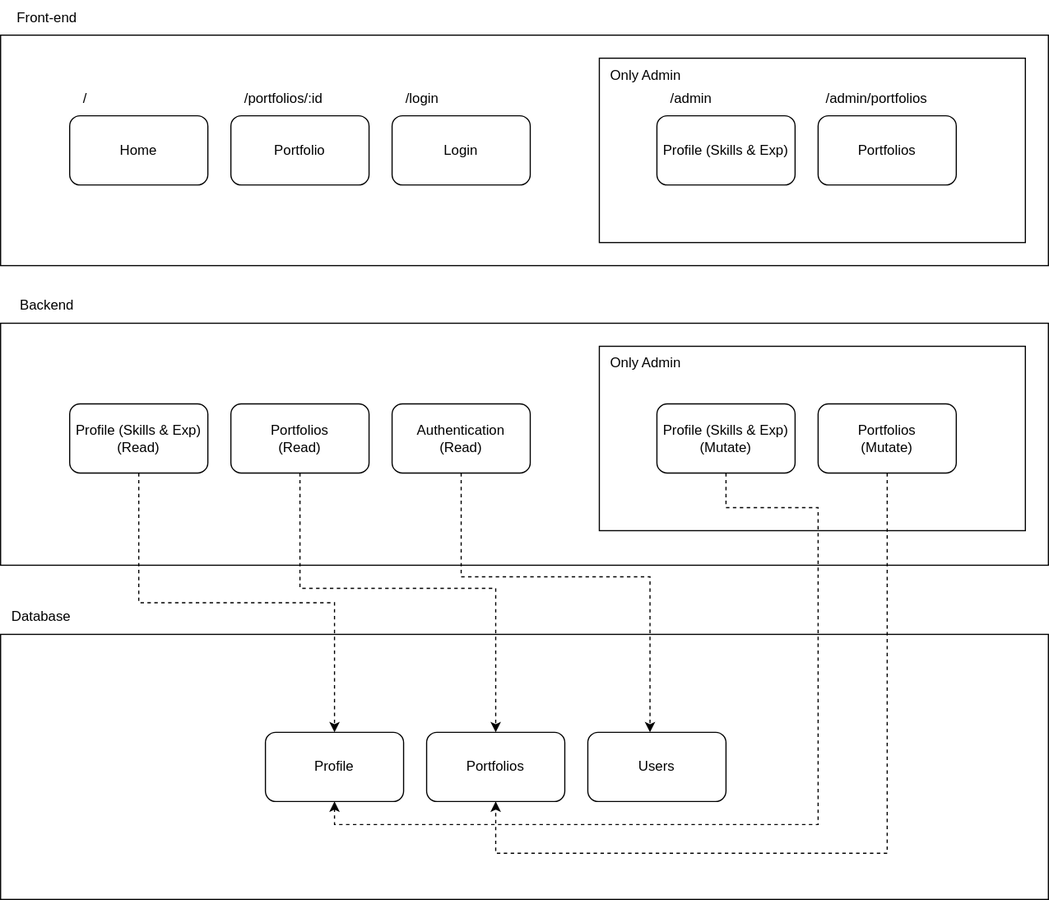
The draw.io diagram docs/logical-diagram.svg in yingyang01/fullstack-course, before a commit. Source tidied: cells renumbered, new cells last; positions are measured from the earlier drawing's top-left corner, leaving out a move shared by most shapes.
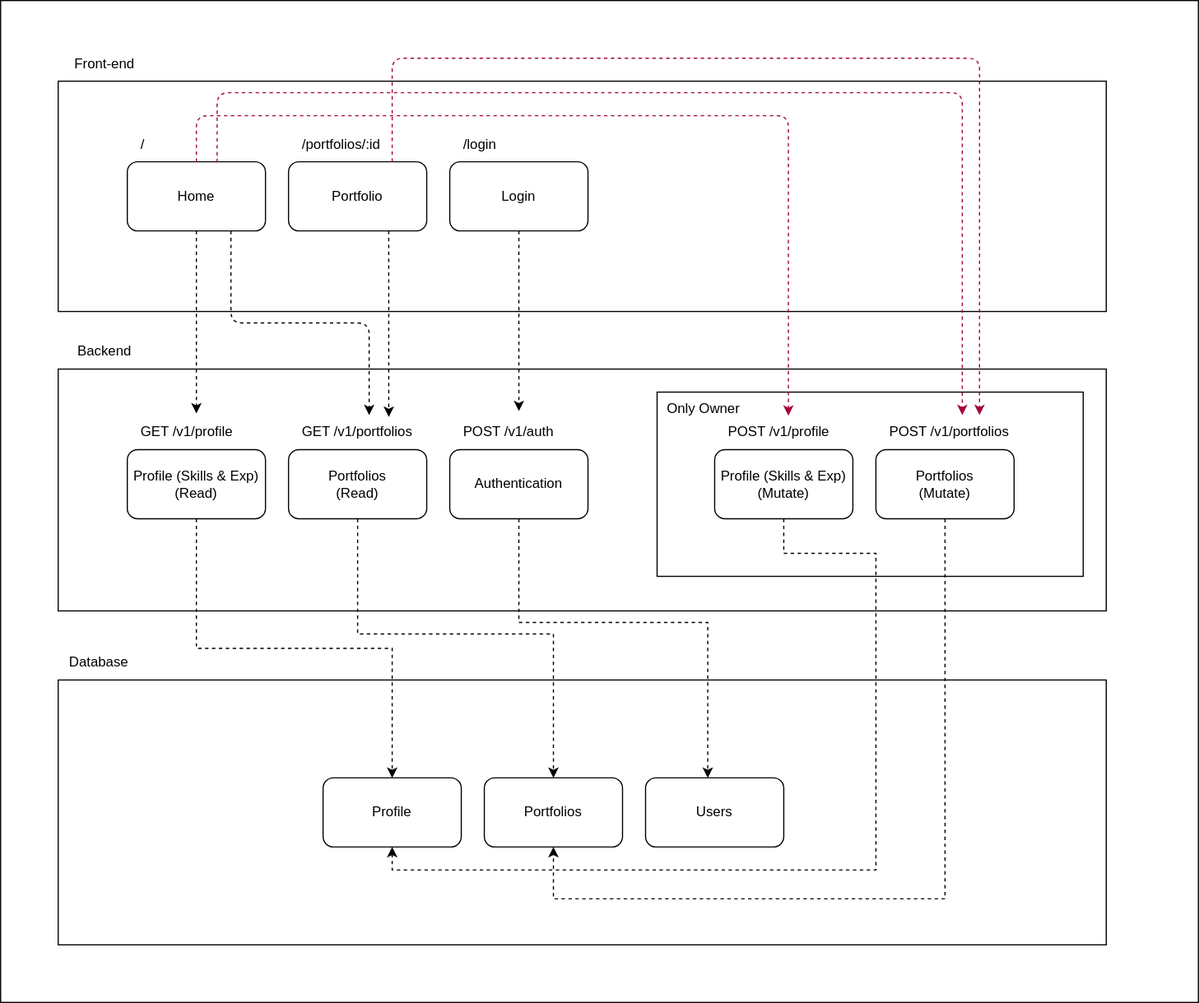
The same diagram one commit later.

Diff of the diagram source:
```diff
@@ -2,6 +2,9 @@
   <root>
     <mxCell id="0" />
     <mxCell id="1" parent="0" />
+    <mxCell id="35" style="rounded=0;whiteSpace=wrap;html=1;" parent="1" vertex="1">
+      <mxGeometry x="-50" y="-40" width="1040" height="870" as="geometry" />
+    </mxCell>
     <mxCell id="2" style="rounded=0;whiteSpace=wrap;html=1;" parent="1" vertex="1">
       <mxGeometry y="550" width="910" height="230" as="geometry" />
     </mxCell>
@@ -14,27 +17,32 @@
     <mxCell id="5" value="Front-end" style="text;html=1;align=center;verticalAlign=middle;strokeColor=none;fillColor=none;" parent="1" vertex="1">
       <mxGeometry width="80" height="30" as="geometry" />
     </mxCell>
+    <mxCell id="36" style="edgeStyle=none;html=1;entryX=0.5;entryY=-0.05;entryDx=0;entryDy=0;entryPerimeter=0;dashed=1;" parent="1" edge="1" source="6" target="40">
+      <mxGeometry relative="1" as="geometry" />
+    </mxCell>
+    <mxCell id="37" style="edgeStyle=orthogonalEdgeStyle;html=1;exitX=0.75;exitY=1;exitDx=0;exitDy=0;dashed=1;" parent="1" edge="1" source="6" target="41">
+      <mxGeometry relative="1" as="geometry" />
+    </mxCell>
     <mxCell id="6" value="Home" style="rounded=1;whiteSpace=wrap;html=1;" parent="1" vertex="1">
       <mxGeometry x="60" y="100" width="120" height="60" as="geometry" />
     </mxCell>
+    <mxCell id="38" style="edgeStyle=orthogonalEdgeStyle;html=1;dashed=1;entryX=0.642;entryY=0.05;entryDx=0;entryDy=0;entryPerimeter=0;" parent="1" edge="1" source="7" target="41">
+      <mxGeometry relative="1" as="geometry">
+        <Array as="points">
+          <mxPoint x="287" y="200" />
+          <mxPoint x="287" y="200" />
+        </Array>
+      </mxGeometry>
+    </mxCell>
     <mxCell id="7" value="Portfolio" style="rounded=1;whiteSpace=wrap;html=1;" parent="1" vertex="1">
       <mxGeometry x="200" y="100" width="120" height="60" as="geometry" />
     </mxCell>
+    <mxCell id="39" style="edgeStyle=orthogonalEdgeStyle;html=1;entryX=0.5;entryY=-0.117;entryDx=0;entryDy=0;entryPerimeter=0;dashed=1;" parent="1" edge="1" source="8" target="42">
+      <mxGeometry relative="1" as="geometry" />
+    </mxCell>
     <mxCell id="8" value="Login" style="rounded=1;whiteSpace=wrap;html=1;" parent="1" vertex="1">
       <mxGeometry x="340" y="100" width="120" height="60" as="geometry" />
     </mxCell>
-    <mxCell id="9" style="rounded=0;whiteSpace=wrap;html=1;" parent="1" vertex="1">
-      <mxGeometry x="520" y="50" width="370" height="160" as="geometry" />
-    </mxCell>
-    <mxCell id="10" value="Profile (Skills &amp;amp; Exp)" style="rounded=1;whiteSpace=wrap;html=1;" parent="1" vertex="1">
-      <mxGeometry x="570" y="100" width="120" height="60" as="geometry" />
-    </mxCell>
-    <mxCell id="11" value="Portfolios" style="rounded=1;whiteSpace=wrap;html=1;" parent="1" vertex="1">
-      <mxGeometry x="710" y="100" width="120" height="60" as="geometry" />
-    </mxCell>
-    <mxCell id="12" value="Only Admin" style="text;html=1;align=center;verticalAlign=middle;strokeColor=none;fillColor=none;" parent="1" vertex="1">
-      <mxGeometry x="520" y="50" width="80" height="30" as="geometry" />
-    </mxCell>
     <mxCell id="13" value="Backend" style="text;html=1;align=center;verticalAlign=middle;strokeColor=none;fillColor=none;" parent="1" vertex="1">
       <mxGeometry x="5" y="250" width="70" height="30" as="geometry" />
     </mxCell>
@@ -44,6 +52,9 @@
     <mxCell id="15" value="Profile (Skills &amp;amp; Exp)&lt;br&gt;(Read)" style="rounded=1;whiteSpace=wrap;html=1;" parent="1" vertex="1">
       <mxGeometry x="60" y="350" width="120" height="60" as="geometry" />
     </mxCell>
+    <mxCell id="18" style="rounded=0;whiteSpace=wrap;html=1;" parent="1" vertex="1">
+      <mxGeometry x="520" y="300" width="370" height="160" as="geometry" />
+    </mxCell>
     <mxCell id="16" style="edgeStyle=orthogonalEdgeStyle;rounded=0;jettySize=auto;html=1;entryX=0.5;entryY=0;entryDx=0;entryDy=0;exitX=0.5;exitY=1;exitDx=0;exitDy=0;dashed=1;" parent="1" edge="1" source="17" target="33">
       <mxGeometry relative="1" as="geometry">
         <Array as="points">
@@ -55,9 +66,6 @@
     <mxCell id="17" value="Portfolios&lt;br&gt;(Read)" style="rounded=1;whiteSpace=wrap;html=1;" parent="1" vertex="1">
       <mxGeometry x="200" y="350" width="120" height="60" as="geometry" />
     </mxCell>
-    <mxCell id="18" style="rounded=0;whiteSpace=wrap;html=1;" parent="1" vertex="1">
-      <mxGeometry x="520" y="300" width="370" height="160" as="geometry" />
-    </mxCell>
     <mxCell id="19" style="edgeStyle=orthogonalEdgeStyle;rounded=0;jettySize=auto;html=1;entryX=0.5;entryY=1;entryDx=0;entryDy=0;exitX=0.5;exitY=1;exitDx=0;exitDy=0;dashed=1;" parent="1" edge="1" source="20" target="32">
       <mxGeometry relative="1" as="geometry">
         <Array as="points">
@@ -82,8 +90,8 @@
     <mxCell id="22" value="Portfolios&lt;br&gt;(Mutate)" style="rounded=1;whiteSpace=wrap;html=1;" parent="1" vertex="1">
       <mxGeometry x="710" y="350" width="120" height="60" as="geometry" />
     </mxCell>
-    <mxCell id="23" value="Only Admin" style="text;html=1;align=center;verticalAlign=middle;strokeColor=none;fillColor=none;" parent="1" vertex="1">
-      <mxGeometry x="520" y="300" width="80" height="30" as="geometry" />
+    <mxCell id="23" value="Only Owner" style="text;html=1;align=center;verticalAlign=middle;strokeColor=none;fillColor=none;" parent="1" vertex="1">
+      <mxGeometry x="515" y="300" width="90" height="30" as="geometry" />
     </mxCell>
     <mxCell id="24" style="edgeStyle=orthogonalEdgeStyle;rounded=0;jettySize=auto;html=1;exitX=0.5;exitY=1;exitDx=0;exitDy=0;dashed=1;entryX=0.45;entryY=0;entryDx=0;entryDy=0;entryPerimeter=0;" parent="1" edge="1" source="25" target="34">
       <mxGeometry relative="1" as="geometry">
@@ -93,7 +101,7 @@
         </Array>
       </mxGeometry>
     </mxCell>
-    <mxCell id="25" value="Authentication&lt;br&gt;(Read)" style="rounded=1;whiteSpace=wrap;html=1;" parent="1" vertex="1">
+    <mxCell id="25" value="Authentication" style="rounded=1;whiteSpace=wrap;html=1;" parent="1" vertex="1">
       <mxGeometry x="340" y="350" width="120" height="60" as="geometry" />
     </mxCell>
     <mxCell id="26" value="/" style="text;html=1;align=left;verticalAlign=middle;strokeColor=none;fillColor=none;" parent="1" vertex="1">
@@ -105,12 +113,6 @@
     <mxCell id="28" value="/login" style="text;html=1;align=left;verticalAlign=middle;strokeColor=none;fillColor=none;" parent="1" vertex="1">
       <mxGeometry x="350" y="70" width="50" height="30" as="geometry" />
     </mxCell>
-    <mxCell id="29" value="/admin" style="text;html=1;align=left;verticalAlign=middle;strokeColor=none;fillColor=none;" parent="1" vertex="1">
-      <mxGeometry x="580" y="70" width="60" height="30" as="geometry" />
-    </mxCell>
-    <mxCell id="30" value="/admin/portfolios" style="text;html=1;align=left;verticalAlign=middle;strokeColor=none;fillColor=none;" parent="1" vertex="1">
-      <mxGeometry x="715" y="70" width="110" height="30" as="geometry" />
-    </mxCell>
     <mxCell id="31" value="Database" style="text;html=1;align=center;verticalAlign=middle;strokeColor=none;fillColor=none;" parent="1" vertex="1">
       <mxGeometry y="520" width="70" height="30" as="geometry" />
     </mxCell>
@@ -123,5 +125,44 @@
     <mxCell id="34" value="Users" style="rounded=1;whiteSpace=wrap;html=1;" parent="1" vertex="1">
       <mxGeometry x="510" y="635" width="120" height="60" as="geometry" />
     </mxCell>
+    <mxCell id="40" value="GET /v1/profile" style="text;html=1;align=left;verticalAlign=middle;points=[];strokeColor=none;fillColor=none;" parent="1" vertex="1">
+      <mxGeometry x="70" y="320" width="100" height="30" as="geometry" />
+    </mxCell>
+    <mxCell id="41" value="GET /v1/portfolios" style="text;html=1;align=left;verticalAlign=middle;points=[];strokeColor=none;fillColor=none;" parent="1" vertex="1">
+      <mxGeometry x="210" y="320" width="120" height="30" as="geometry" />
+    </mxCell>
+    <mxCell id="42" value="POST /v1/auth" style="text;html=1;align=left;verticalAlign=middle;points=[];strokeColor=none;fillColor=none;" parent="1" vertex="1">
+      <mxGeometry x="350" y="320" width="100" height="30" as="geometry" />
+    </mxCell>
+    <mxCell id="43" value="POST /v1/profile" style="text;html=1;align=left;verticalAlign=middle;points=[];strokeColor=none;fillColor=none;" parent="1" vertex="1">
+      <mxGeometry x="580" y="320" width="110" height="30" as="geometry" />
+    </mxCell>
+    <mxCell id="44" value="POST /v1/portfolios" style="text;html=1;align=left;verticalAlign=middle;points=[];strokeColor=none;fillColor=none;" parent="1" vertex="1">
+      <mxGeometry x="720" y="320" width="130" height="30" as="geometry" />
+    </mxCell>
+    <mxCell id="45" style="edgeStyle=orthogonalEdgeStyle;html=1;entryX=0.491;entryY=0.017;entryDx=0;entryDy=0;entryPerimeter=0;dashed=1;exitX=0.5;exitY=0;exitDx=0;exitDy=0;fillColor=#d80073;strokeColor=#A50040;" parent="1" edge="1" source="6" target="43">
+      <mxGeometry relative="1" as="geometry">
+        <Array as="points">
+          <mxPoint x="120" y="60" />
+          <mxPoint x="634" y="60" />
+        </Array>
+      </mxGeometry>
+    </mxCell>
+    <mxCell id="46" style="edgeStyle=orthogonalEdgeStyle;html=1;entryX=0.615;entryY=0;entryDx=0;entryDy=0;entryPerimeter=0;dashed=1;exitX=0.75;exitY=0;exitDx=0;exitDy=0;fillColor=#d80073;strokeColor=#A50040;" parent="1" edge="1" source="7" target="44">
+      <mxGeometry relative="1" as="geometry">
+        <Array as="points">
+          <mxPoint x="290" y="10" />
+          <mxPoint x="800" y="10" />
+        </Array>
+      </mxGeometry>
+    </mxCell>
+    <mxCell id="47" style="edgeStyle=orthogonalEdgeStyle;html=1;dashed=1;exitX=0.65;exitY=0.008;exitDx=0;exitDy=0;exitPerimeter=0;fillColor=#d80073;strokeColor=#A50040;" parent="1" edge="1" source="6" target="44">
+      <mxGeometry relative="1" as="geometry">
+        <Array as="points">
+          <mxPoint x="138" y="40" />
+          <mxPoint x="785" y="40" />
+        </Array>
+      </mxGeometry>
+    </mxCell>
   </root>
 </mxGraphModel>
```
